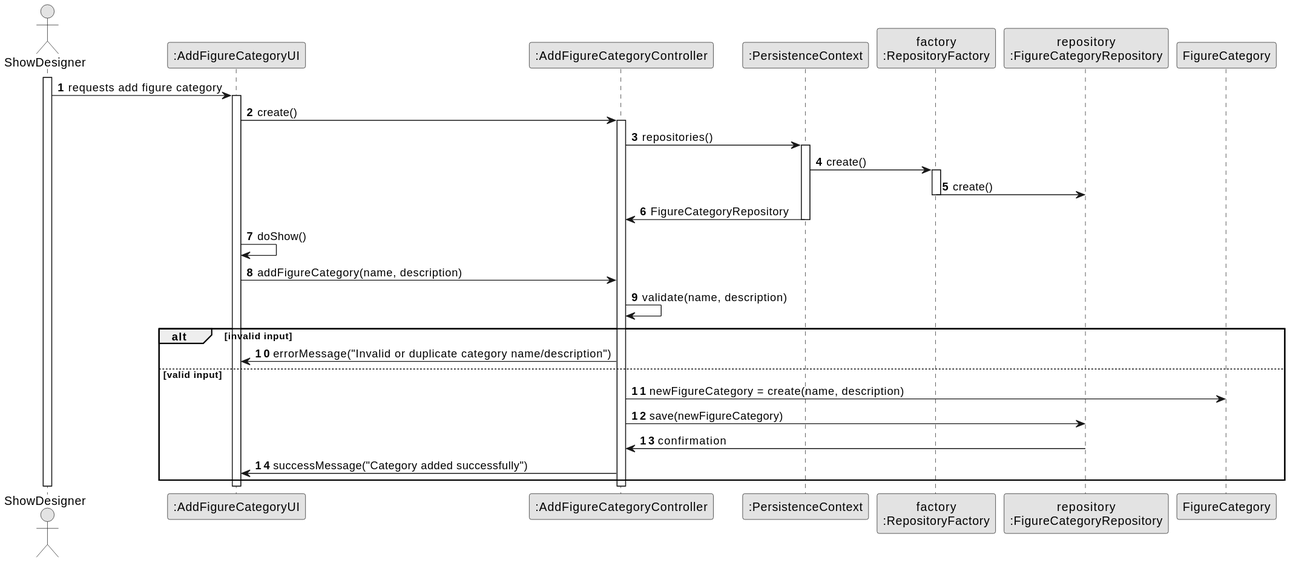
The PlantUML diagram docs/planning/sprint2/EAPLI/US245 - Add figure category/03.design/svg/us245-sequence-diagram-full.svg in SAEmanuel/Shodrone_ISEP, before a commit.
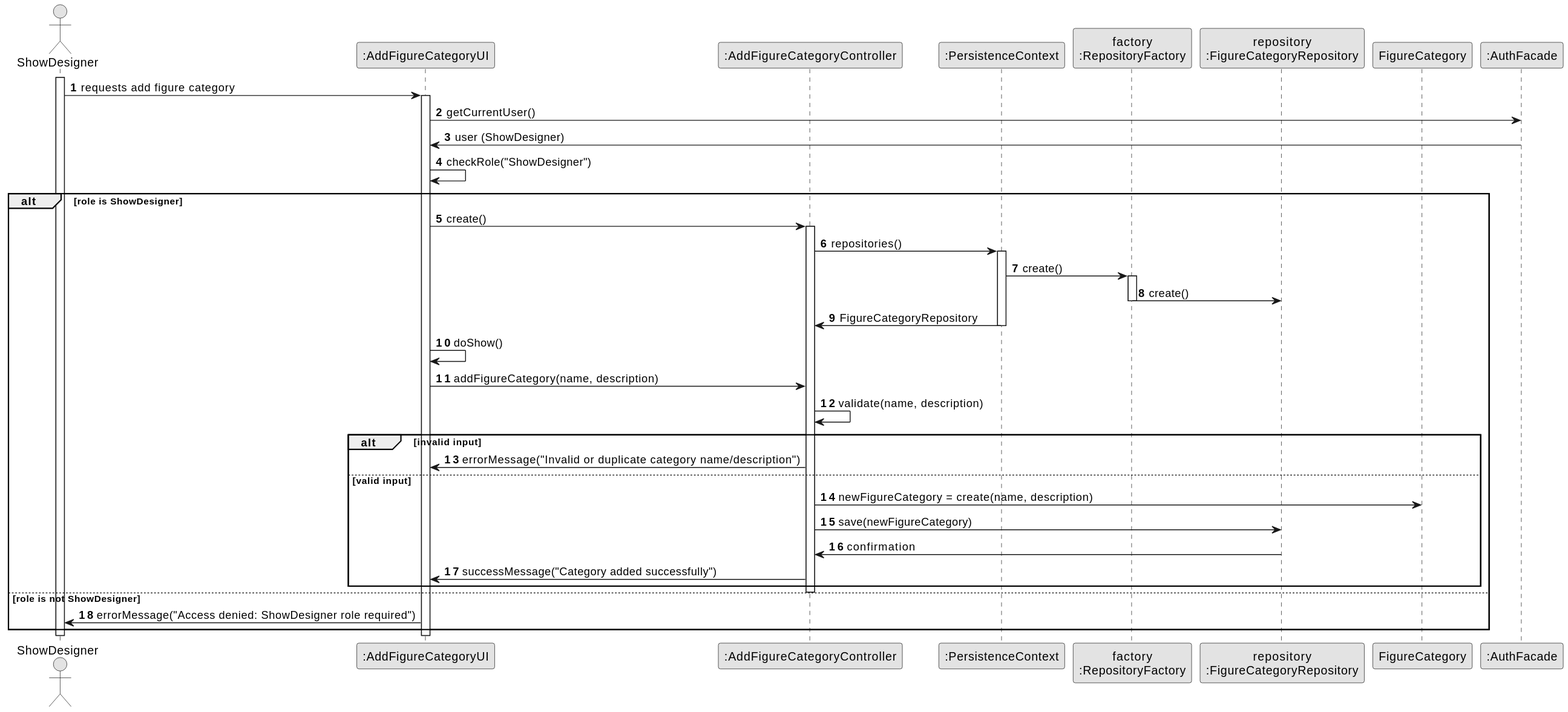
After the commit.

Commit message:
docs(us245): add user and role verification to design sequence diagram

Updated the design sequence diagram for US245 (Add figure category) to explicitly include user authentication and role verification via AuthFacade before allowing the operation. The flow now ensures only authenticated users with the ShowDesigner role can add categories, aligning with security and authorization requirements.

Related to #1/#23/#29

The edit, as a diff of the source:
```diff
@@ -12,38 +12,47 @@
 participant "factory\n:RepositoryFactory" as FACTORY_INSTANCE
 participant "repository\n:FigureCategoryRepository" as REPO
 participant "FigureCategory" as FigureCategory
+participant ":AuthFacade" as AuthFacade
 
 activate ACTOR
 
 ACTOR -> UI : requests add figure category
 
 activate UI
-UI -> CTRL : create()
+UI -> AuthFacade: getCurrentUser()
+AuthFacade -> UI: user (ShowDesigner)
+UI -> UI: checkRole("ShowDesigner")
+alt role is ShowDesigner
+    UI -> CTRL : create()
 
-activate CTRL
-CTRL -> PC: repositories()
-activate PC
-PC -> FACTORY_INSTANCE: create()
-activate FACTORY_INSTANCE
-FACTORY_INSTANCE -> REPO: create()
-deactivate FACTORY_INSTANCE
-PC -> CTRL: FigureCategoryRepository
-deactivate PC
+    activate CTRL
+    CTRL -> PC: repositories()
+    activate PC
+    PC -> FACTORY_INSTANCE: create()
+    activate FACTORY_INSTANCE
+    FACTORY_INSTANCE -> REPO: create()
+    deactivate FACTORY_INSTANCE
+    PC -> CTRL: FigureCategoryRepository
+    deactivate PC
 
-UI -> UI: doShow()
+    UI -> UI: doShow()
 
-UI -> CTRL: addFigureCategory(name, description)
-CTRL -> CTRL: validate(name, description)
-alt invalid input
-    CTRL -> UI: errorMessage("Invalid or duplicate category name/description")
-else valid input
-    CTRL -> FigureCategory: newFigureCategory = create(name, description)
-    CTRL -> REPO: save(newFigureCategory)
-    REPO -> CTRL: confirmation
-    CTRL -> UI: successMessage("Category added successfully")
+    UI -> CTRL: addFigureCategory(name, description)
+    CTRL -> CTRL: validate(name, description)
+    alt invalid input
+        CTRL -> UI: errorMessage("Invalid or duplicate category name/description")
+    else valid input
+        CTRL -> FigureCategory: newFigureCategory = create(name, description)
+        CTRL -> REPO: save(newFigureCategory)
+        REPO -> CTRL: confirmation
+        CTRL -> UI: successMessage("Category added successfully")
+    end
+
+    deactivate CTRL
+else role is not ShowDesigner
+    UI -> ACTOR: errorMessage("Access denied: ShowDesigner role required")
 end
 
-deactivate CTRL
 deactivate UI
 deactivate ACTOR
 @enduml
```
